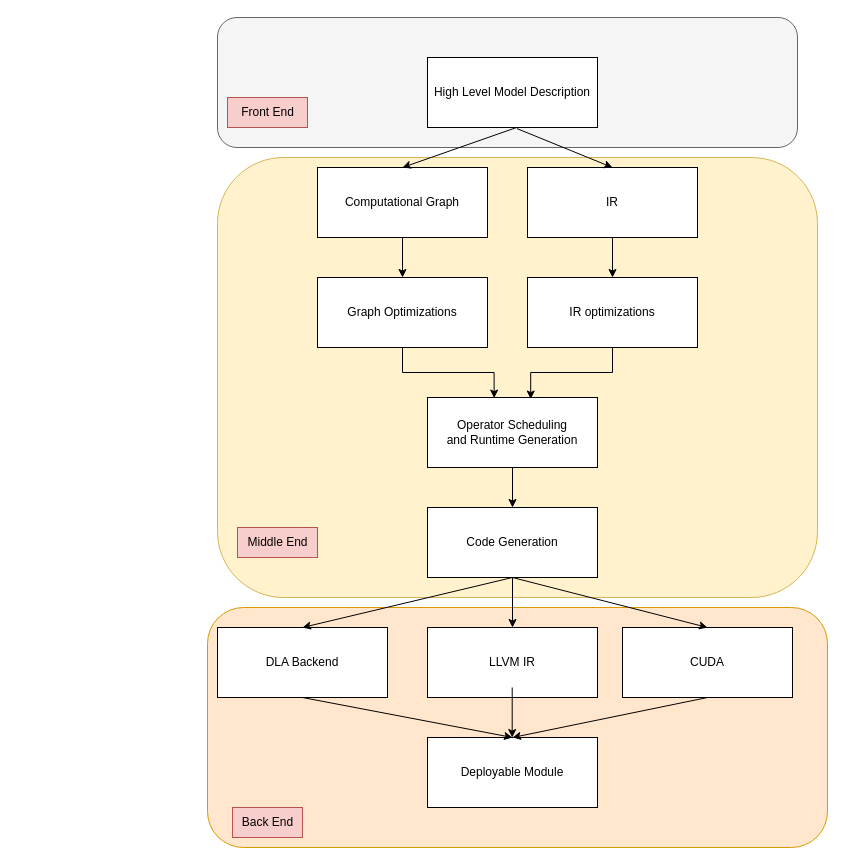
Earlier version of the draw.io diagram Figures/framework_stack_front_middle_back.drawio (mapochamp/tyj27_drexel_masters_thesis). Source tidied: cells renumbered, new cells numbered last; positions are measured from the earlier drawing's top-left corner, leaving out a move shared by most shapes. Both pictures are drawn from the tidied source at 100%, with x=0, y=0 at pixel (207, 17).
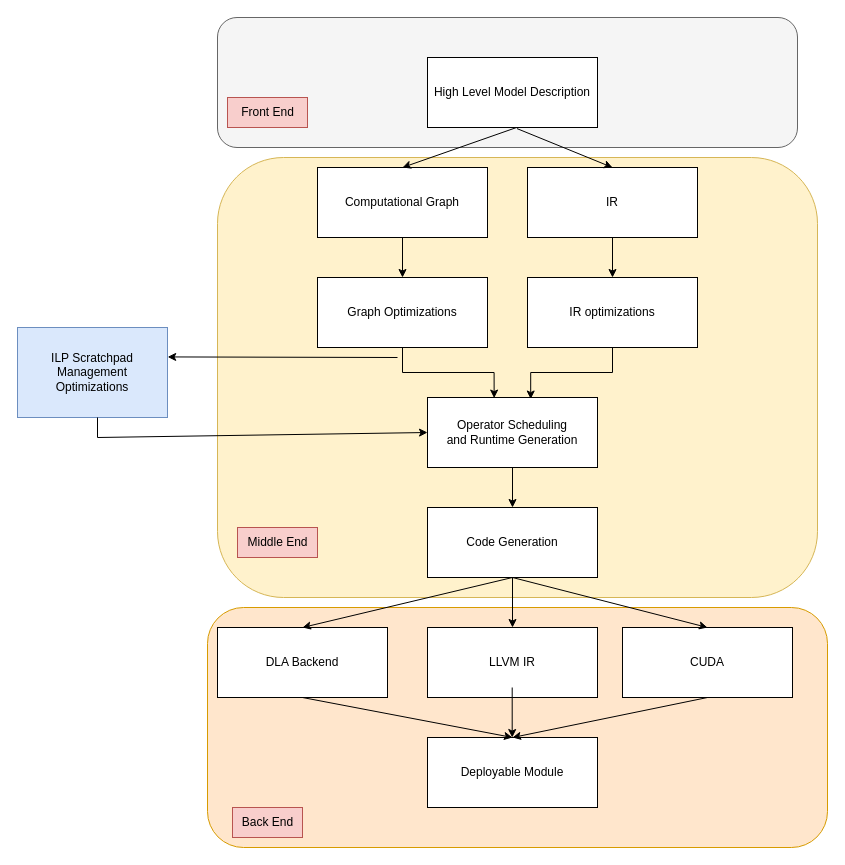
Above is the later version.

The change refers to these unchanged cells:
```xml
<mxCell id="15" value="&lt;div&gt;Operator Scheduling&lt;/div&gt;&lt;div&gt;and Runtime Generation&lt;br&gt;&lt;/div&gt;" style="rounded=0;whiteSpace=wrap;html=1;" parent="1" vertex="1">
  <mxGeometry x="220" y="380" width="170" height="70" as="geometry" />
</mxCell>
```

Diff of the diagram source:
```diff
@@
+    <mxCell id="32" value="&lt;div&gt;ILP Scratchpad Management&lt;/div&gt;&lt;div&gt;Optimizations&lt;br&gt;&lt;/div&gt;" style="rounded=0;whiteSpace=wrap;html=1;fillColor=#dae8fc;strokeColor=#6c8ebf;" parent="1" vertex="1">
+      <mxGeometry x="-190" y="310" width="150" height="90" as="geometry" />
+    </mxCell>
+    <mxCell id="33" style="endArrow=classic;html=1;rounded=0;entryX=1.001;entryY=0.327;entryDx=0;entryDy=0;entryPerimeter=0;" parent="1" edge="1" target="32">
+      <mxGeometry relative="1" as="geometry">
+        <mxPoint x="190" y="340" as="sourcePoint" />
+      </mxGeometry>
+    </mxCell>
+    <mxCell id="34" style="endArrow=classic;html=1;rounded=0;entryX=0;entryY=0.5;entryDx=0;entryDy=0;" parent="1" edge="1" target="15">
+      <mxGeometry relative="1" as="geometry">
+        <mxPoint x="-110" y="400" as="sourcePoint" />
+        <Array as="points">
+          <mxPoint x="-110" y="420" />
+        </Array>
+      </mxGeometry>
+    </mxCell>
```
